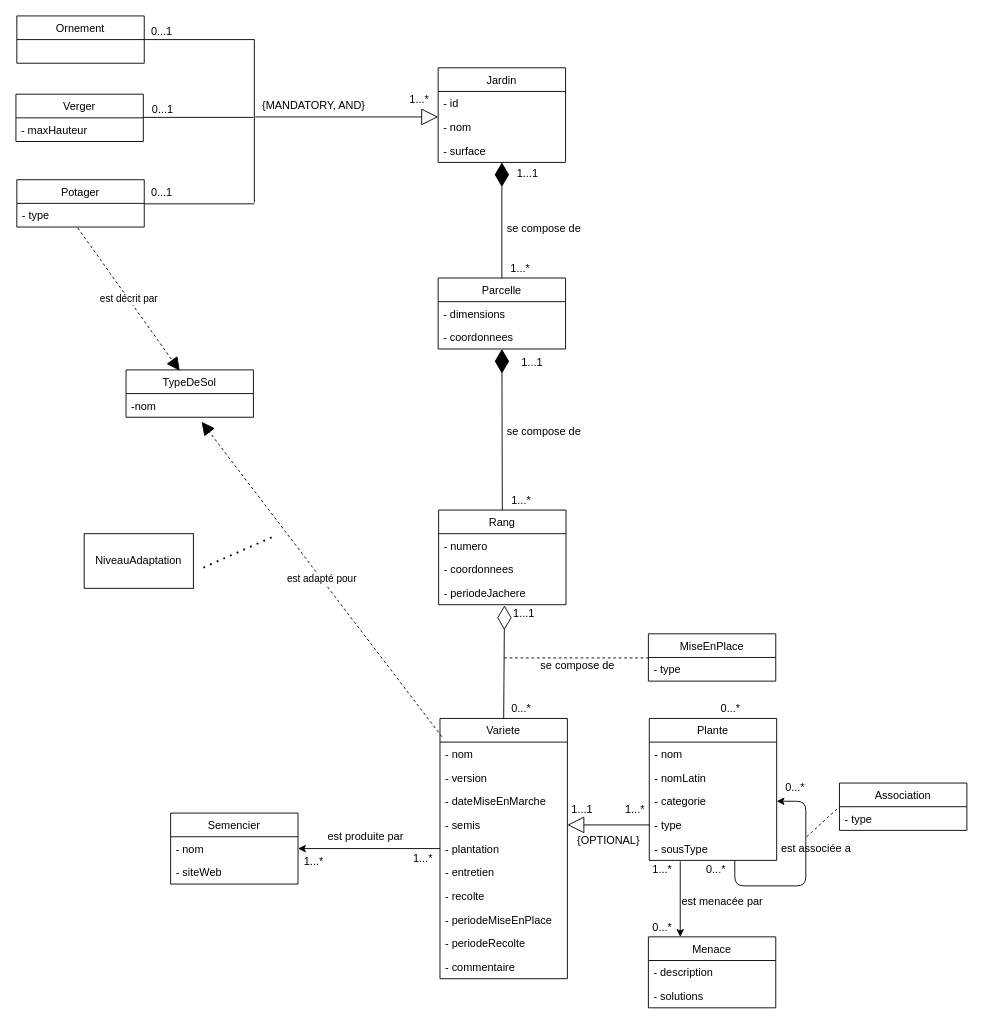
Earlier version of the draw.io diagram TP4_UML.drawio (GabTouchette/inf3710_tp4). Source tidied: cells renumbered, new cells numbered last; positions are measured from the earlier drawing's top-left corner, leaving out a move shared by most shapes. Both pictures are drawn from the tidied source at 91%, with x=0, y=0 at pixel (15, 15).
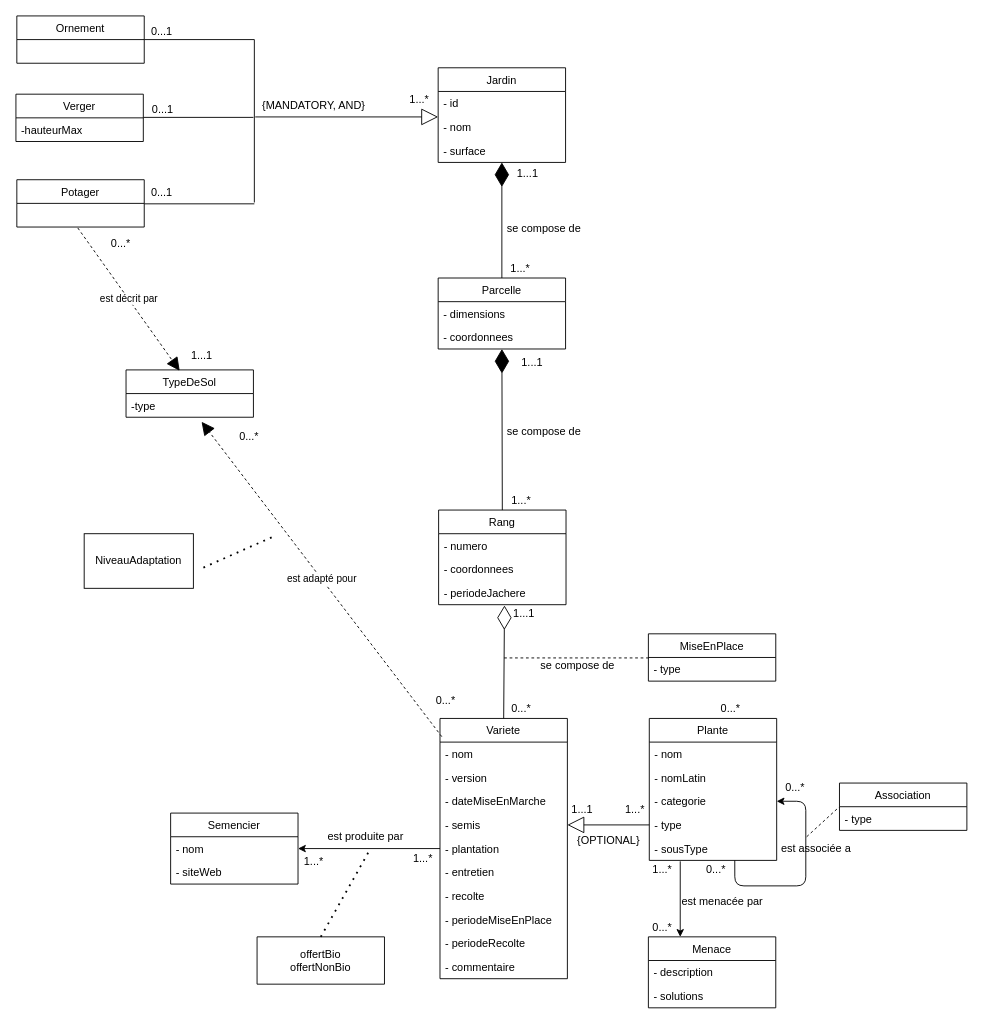
The same page after the edit.

Unchanged cells that the change refers to:
```xml
<mxCell id="6" value="Potager" style="swimlane;fontStyle=0;horizontal=1;startSize=26;fillColor=none;" parent="1" vertex="1">
  <mxGeometry x="1" y="180" width="140" height="52" as="geometry" />
</mxCell>
<mxCell id="8" value="Verger" style="swimlane;fontStyle=0;horizontal=1;startSize=26;fillColor=none;" parent="1" vertex="1">
  <mxGeometry y="86" width="140" height="52" as="geometry" />
</mxCell>
<mxCell id="87" value="TypeDeSol" style="swimlane;fontStyle=0;horizontal=1;startSize=26;fillColor=none;" parent="1" vertex="1">
  <mxGeometry x="121" y="389" width="140" height="52" as="geometry" />
</mxCell>
```

What changed in the source:
```diff
@@
-    <mxCell id="7" value="- type" style="text;strokeColor=none;fillColor=none;align=left;verticalAlign=top;spacingLeft=4;spacingRight=4;overflow=hidden;" parent="6" vertex="1">
-      <mxGeometry y="26" width="140" height="26" as="geometry" />
-    </mxCell>
@@
-    <mxCell id="9" value="- maxHauteur" style="text;strokeColor=none;fillColor=none;align=left;verticalAlign=top;spacingLeft=4;spacingRight=4;overflow=hidden;" parent="8" vertex="1">
+    <mxCell id="9" value="-hauteurMax" style="text;strokeColor=none;fillColor=none;align=left;verticalAlign=top;spacingLeft=4;spacingRight=4;overflow=hidden;" parent="8" vertex="1">
       <mxGeometry y="26" width="140" height="26" as="geometry" />
     </mxCell>
@@
-    <mxCell id="88" value="-nom" style="text;strokeColor=none;fillColor=none;align=left;verticalAlign=top;spacingLeft=4;spacingRight=4;overflow=hidden;points=[[0,0.5],[1,0.5]];portConstraint=eastwest;" parent="87" vertex="1">
+    <mxCell id="88" value="-type" style="text;strokeColor=none;fillColor=none;align=left;verticalAlign=top;spacingLeft=4;spacingRight=4;overflow=hidden;points=[[0,0.5],[1,0.5]];portConstraint=eastwest;" parent="87" vertex="1">
       <mxGeometry y="26" width="140" height="26" as="geometry" />
     </mxCell>
@@
+    <mxCell id="92" value="offertBio&#10;offertNonBio" style="swimlane;fontStyle=0;horizontal=1;startSize=52;fillColor=none;" parent="1" vertex="1">
+      <mxGeometry x="265" y="1012" width="140" height="52" as="geometry" />
+    </mxCell>
+    <mxCell id="93" style="endArrow=none;dashed=1;html=1;dashPattern=1 3;strokeWidth=2;rounded=0;exitX=0.5;exitY=0;exitDx=0;exitDy=0;" parent="1" edge="1" source="92">
+      <mxGeometry relative="1" as="geometry">
+        <mxPoint x="388" y="918" as="targetPoint" />
+      </mxGeometry>
+    </mxCell>
+    <mxCell id="94" value="1...1" style="text;html=1;align=center;verticalAlign=middle;" parent="1" vertex="1">
+      <mxGeometry x="187" y="364" width="33" height="18" as="geometry" />
+    </mxCell>
+    <mxCell id="95" value="0...*" style="text;html=1;align=center;verticalAlign=middle;" parent="1" vertex="1">
+      <mxGeometry x="99" y="241" width="31" height="18" as="geometry" />
+    </mxCell>
+    <mxCell id="96" value="0...*" style="text;html=1;align=center;verticalAlign=middle;" parent="1" vertex="1">
+      <mxGeometry x="240" y="454" width="31" height="18" as="geometry" />
+    </mxCell>
+    <mxCell id="97" value="0...*" style="text;html=1;align=center;verticalAlign=middle;" parent="1" vertex="1">
+      <mxGeometry x="456" y="744" width="31" height="18" as="geometry" />
+    </mxCell>
```
